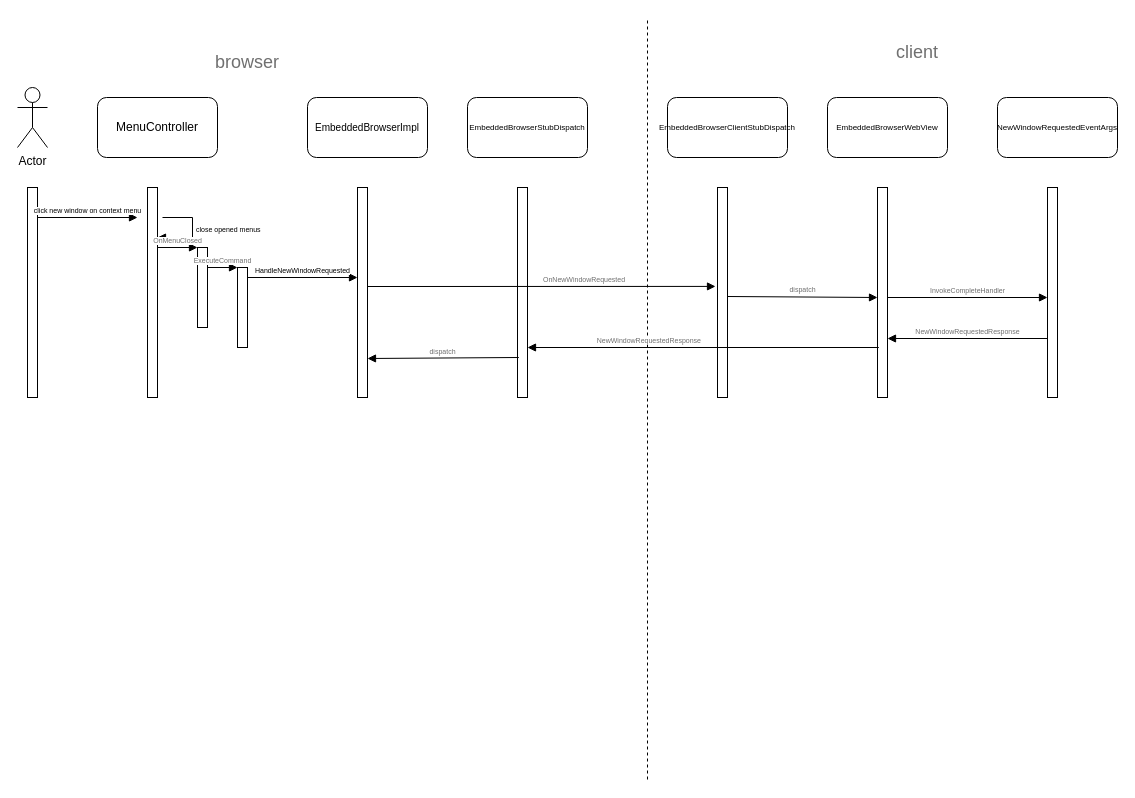
This is Untitled Diagram.drawio from nanaliulei/studyPlan, a draw.io file, before an edit. Source tidied: cells renumbered, new cells numbered last; positions are measured from the earlier drawing's top-left corner, leaving out a move shared by most shapes. Both pictures are drawn from the tidied source at 100%, with x=0, y=0 at pixel (17, 17).
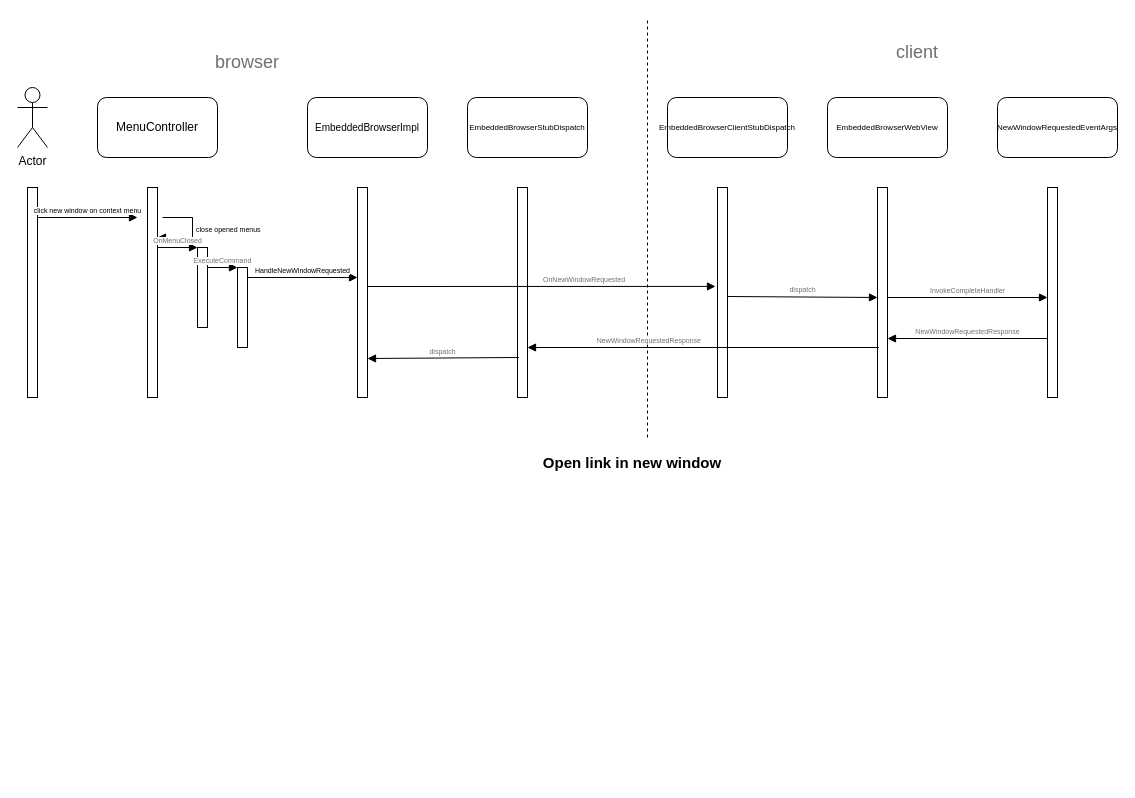
The same diagram, later.

What changed in the source:
```diff
@@
     <mxCell id="17" style="endArrow=none;dashed=1;html=1;rounded=0;fontSize=7;fontColor=#707070;" parent="1" edge="1">
       <mxGeometry relative="1" as="geometry">
-        <mxPoint x="630" y="762" as="sourcePoint" />
+        <mxPoint x="630" y="420" as="sourcePoint" />
         <mxPoint x="630" as="targetPoint" />
       </mxGeometry>
     </mxCell>
@@
+    <mxCell id="32" value="&lt;font style=&quot;font-size: 15px;&quot;&gt;&lt;b&gt;Open link in new window&lt;/b&gt;&lt;/font&gt;" style="text;html=1;strokeColor=none;fillColor=none;align=center;verticalAlign=middle;whiteSpace=wrap;rounded=0;" parent="1" vertex="1">
+      <mxGeometry x="520" y="430" width="190" height="30" as="geometry" />
+    </mxCell>
```
